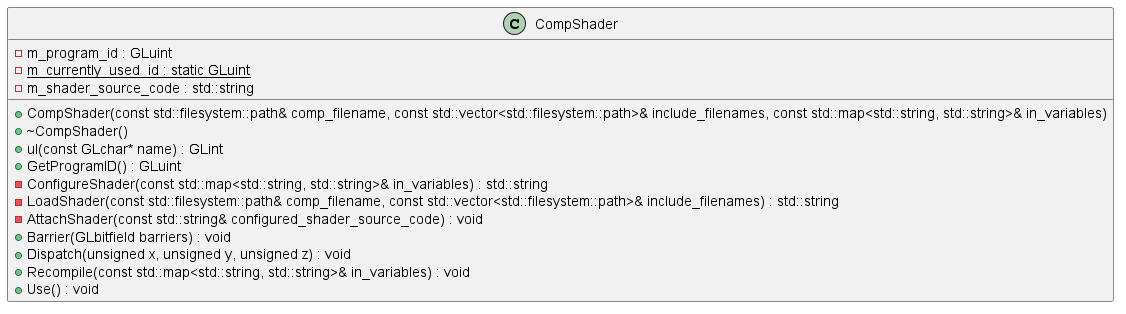
This is docs/plantuml/CompShader_class_diagram.png from monkeysoop/szakdoga, a PlantUML export, as it was before one commit. Its diagram source:
```plantuml
@startuml



class CompShader {
	+CompShader(const std::filesystem::path& comp_filename, const std::vector<std::filesystem::path>& include_filenames, const std::map<std::string, std::string>& in_variables)
	+~CompShader()
	+ul(const GLchar* name) : GLint
	+GetProgramID() : GLuint
	-m_program_id : GLuint
	-{static} m_currently_used_id : static GLuint
	-ConfigureShader(const std::map<std::string, std::string>& in_variables) : std::string
	-LoadShader(const std::filesystem::path& comp_filename, const std::vector<std::filesystem::path>& include_filenames) : std::string
	-m_shader_source_code : std::string
	-AttachShader(const std::string& configured_shader_source_code) : void
	+Barrier(GLbitfield barriers) : void
	+Dispatch(unsigned x, unsigned y, unsigned z) : void
	+Recompile(const std::map<std::string, std::string>& in_variables) : void
	+Use() : void
}



@enduml
```
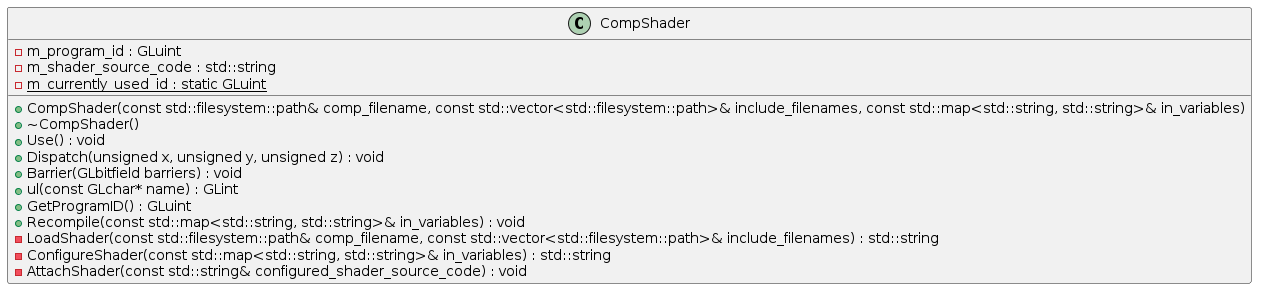
The same file after the commit.

The edit, as a diff of the source:
```diff
@@ -4,19 +4,19 @@
 
 class CompShader {
 	+CompShader(const std::filesystem::path& comp_filename, const std::vector<std::filesystem::path>& include_filenames, const std::map<std::string, std::string>& in_variables)
-	+~CompShader()
-	+ul(const GLchar* name) : GLint
-	+GetProgramID() : GLuint
+    +~CompShader()
+    +Use() : void
+    +Dispatch(unsigned x, unsigned y, unsigned z) : void
+    +Barrier(GLbitfield barriers) : void
+    +ul(const GLchar* name) : GLint
+    +GetProgramID() : GLuint
+    +Recompile(const std::map<std::string, std::string>& in_variables) : void
 	-m_program_id : GLuint
-	-{static} m_currently_used_id : static GLuint
-	-ConfigureShader(const std::map<std::string, std::string>& in_variables) : std::string
+    -m_shader_source_code : std::string
+    -{static} m_currently_used_id : static GLuint
 	-LoadShader(const std::filesystem::path& comp_filename, const std::vector<std::filesystem::path>& include_filenames) : std::string
-	-m_shader_source_code : std::string
-	-AttachShader(const std::string& configured_shader_source_code) : void
-	+Barrier(GLbitfield barriers) : void
-	+Dispatch(unsigned x, unsigned y, unsigned z) : void
-	+Recompile(const std::map<std::string, std::string>& in_variables) : void
-	+Use() : void
+    -ConfigureShader(const std::map<std::string, std::string>& in_variables) : std::string
+    -AttachShader(const std::string& configured_shader_source_code) : void
 }
 
 
```
